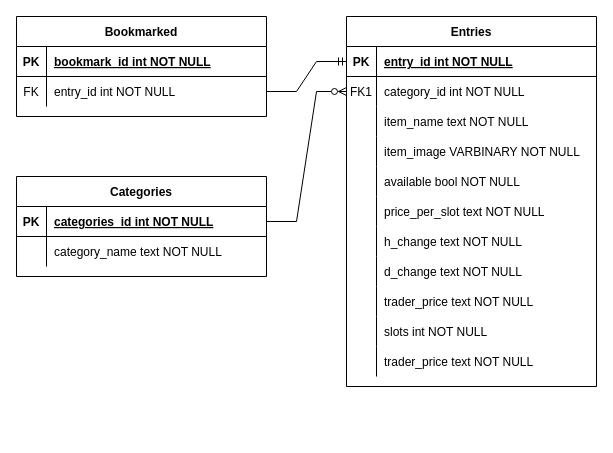
DavidTorbics20/checkdavid keeps this draw.io diagram as docs/tarkov_market.drawio. Above is the earlier version. Source tidied: cells renumbered, new cells numbered last; positions are measured from the earlier drawing's top-left corner, leaving out a move shared by most shapes. Both pictures are drawn from the tidied source at 100%, with x=0, y=0 at pixel (16, 16).
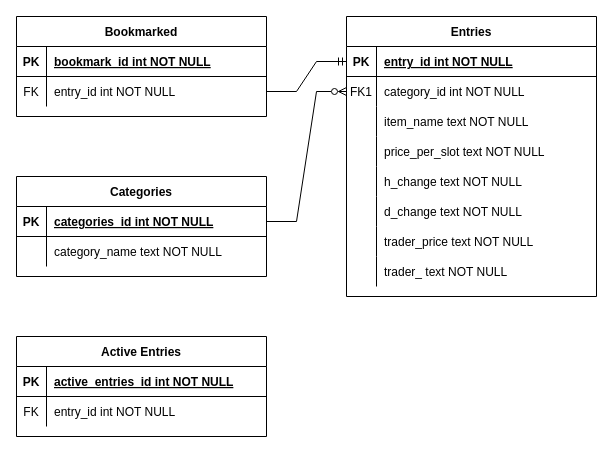
The same diagram, later.

What changed in the source:
```diff
@@
     <mxCell id="2" value="Entries" style="shape=table;startSize=30;childLayout=tableLayout;rowLines=0;fontStyle=1;align=center;" parent="1" vertex="1">
-      <mxGeometry x="330" width="250" height="370" as="geometry" />
+      <mxGeometry x="330" width="250" height="280" as="geometry" />
     </mxCell>
@@
-    <mxCell id="12" style="shape=partialRectangle;fillColor=none;top=0;left=0;right=0;bottom=0;" parent="2" vertex="1">
-      <mxGeometry y="120" width="250" height="30" as="geometry" />
-    </mxCell>
-    <mxCell id="13" style="shape=partialRectangle;overflow=hidden;fillColor=none;top=0;left=0;bottom=0;right=0;" parent="12" vertex="1">
-      <mxGeometry width="30" height="30" as="geometry" />
-    </mxCell>
-    <mxCell id="14" value="item_image VARBINARY NOT NULL" style="shape=partialRectangle;overflow=hidden;fillColor=none;top=0;left=0;bottom=0;right=0;align=left;spacingLeft=6;" parent="12" vertex="1">
-      <mxGeometry x="30" width="220" height="30" as="geometry" />
-    </mxCell>
-    <mxCell id="15" style="shape=partialRectangle;fillColor=none;top=0;left=0;right=0;bottom=0;" parent="2" vertex="1">
-      <mxGeometry y="150" width="250" height="30" as="geometry" />
-    </mxCell>
-    <mxCell id="16" style="shape=partialRectangle;overflow=hidden;fillColor=none;top=0;left=0;bottom=0;right=0;" parent="15" vertex="1">
-      <mxGeometry width="30" height="30" as="geometry" />
-    </mxCell>
-    <mxCell id="17" value="available bool NOT NULL" style="shape=partialRectangle;overflow=hidden;fillColor=none;top=0;left=0;bottom=0;right=0;align=left;spacingLeft=6;" parent="15" vertex="1">
-      <mxGeometry x="30" width="220" height="30" as="geometry" />
-    </mxCell>
     <mxCell id="18" style="shape=partialRectangle;fillColor=none;top=0;left=0;right=0;bottom=0;" parent="2" vertex="1">
-      <mxGeometry y="180" width="250" height="30" as="geometry" />
+      <mxGeometry y="120" width="250" height="30" as="geometry" />
     </mxCell>
@@
     <mxCell id="21" style="shape=partialRectangle;fillColor=none;top=0;left=0;right=0;bottom=0;" parent="2" vertex="1">
-      <mxGeometry y="210" width="250" height="30" as="geometry" />
+      <mxGeometry y="150" width="250" height="30" as="geometry" />
     </mxCell>
@@
     <mxCell id="24" style="shape=partialRectangle;fillColor=none;top=0;left=0;right=0;bottom=0;" parent="2" vertex="1">
-      <mxGeometry y="240" width="250" height="30" as="geometry" />
+      <mxGeometry y="180" width="250" height="30" as="geometry" />
     </mxCell>
@@
     <mxCell id="27" style="shape=partialRectangle;fillColor=none;top=0;left=0;right=0;bottom=0;" parent="2" vertex="1">
-      <mxGeometry y="270" width="250" height="30" as="geometry" />
+      <mxGeometry y="210" width="250" height="30" as="geometry" />
     </mxCell>
@@
-    <mxCell id="30" style="shape=partialRectangle;fillColor=none;top=0;left=0;right=0;bottom=0;" parent="2" vertex="1">
-      <mxGeometry y="300" width="250" height="30" as="geometry" />
-    </mxCell>
-    <mxCell id="31" style="shape=partialRectangle;overflow=hidden;fillColor=none;top=0;left=0;bottom=0;right=0;" parent="30" vertex="1">
-      <mxGeometry width="30" height="30" as="geometry" />
-    </mxCell>
-    <mxCell id="32" value="slots int NOT NULL" style="shape=partialRectangle;overflow=hidden;fillColor=none;top=0;left=0;bottom=0;right=0;align=left;spacingLeft=6;" parent="30" vertex="1">
-      <mxGeometry x="30" width="220" height="30" as="geometry" />
-    </mxCell>
     <mxCell id="33" style="shape=partialRectangle;fillColor=none;top=0;left=0;right=0;bottom=0;" parent="2" vertex="1">
-      <mxGeometry y="330" width="250" height="30" as="geometry" />
+      <mxGeometry y="240" width="250" height="30" as="geometry" />
     </mxCell>
@@
-    <mxCell id="35" value="trader_price text NOT NULL" style="shape=partialRectangle;overflow=hidden;fillColor=none;top=0;left=0;bottom=0;right=0;align=left;spacingLeft=6;" parent="33" vertex="1">
+    <mxCell id="35" value="trader_ text NOT NULL" style="shape=partialRectangle;overflow=hidden;fillColor=none;top=0;left=0;bottom=0;right=0;align=left;spacingLeft=6;" parent="33" vertex="1">
       <mxGeometry x="30" width="220" height="30" as="geometry" />
     </mxCell>
@@
+    <mxCell id="52" value="Active Entries" style="shape=table;startSize=30;childLayout=tableLayout;rowLines=0;fontStyle=1;align=center;" parent="1" vertex="1">
+      <mxGeometry y="320" width="250" height="100" as="geometry" />
+    </mxCell>
+    <mxCell id="53" style="shape=partialRectangle;fillColor=none;top=0;left=0;right=0;bottom=1;" parent="52" vertex="1">
+      <mxGeometry y="30" width="250" height="30" as="geometry" />
+    </mxCell>
+    <mxCell id="54" value="PK" style="shape=partialRectangle;overflow=hidden;fillColor=none;top=0;left=0;bottom=0;right=0;fontStyle=1;" parent="53" vertex="1">
+      <mxGeometry width="30" height="30" as="geometry" />
+    </mxCell>
+    <mxCell id="55" value="active_entries_id int NOT NULL " style="shape=partialRectangle;overflow=hidden;fillColor=none;top=0;left=0;bottom=0;right=0;align=left;spacingLeft=6;fontStyle=5;" parent="53" vertex="1">
+      <mxGeometry x="30" width="220" height="30" as="geometry" />
+    </mxCell>
+    <mxCell id="56" style="shape=partialRectangle;fillColor=none;top=0;left=0;right=0;bottom=0;" parent="52" vertex="1">
+      <mxGeometry y="60" width="250" height="30" as="geometry" />
+    </mxCell>
+    <mxCell id="57" value="FK" style="shape=partialRectangle;overflow=hidden;fillColor=none;top=0;left=0;bottom=0;right=0;" parent="56" vertex="1">
+      <mxGeometry width="30" height="30" as="geometry" />
+    </mxCell>
+    <mxCell id="58" value="entry_id int NOT NULL" style="shape=partialRectangle;overflow=hidden;fillColor=none;top=0;left=0;bottom=0;right=0;align=left;spacingLeft=6;" parent="56" vertex="1">
+      <mxGeometry x="30" width="220" height="30" as="geometry" />
+    </mxCell>
```
